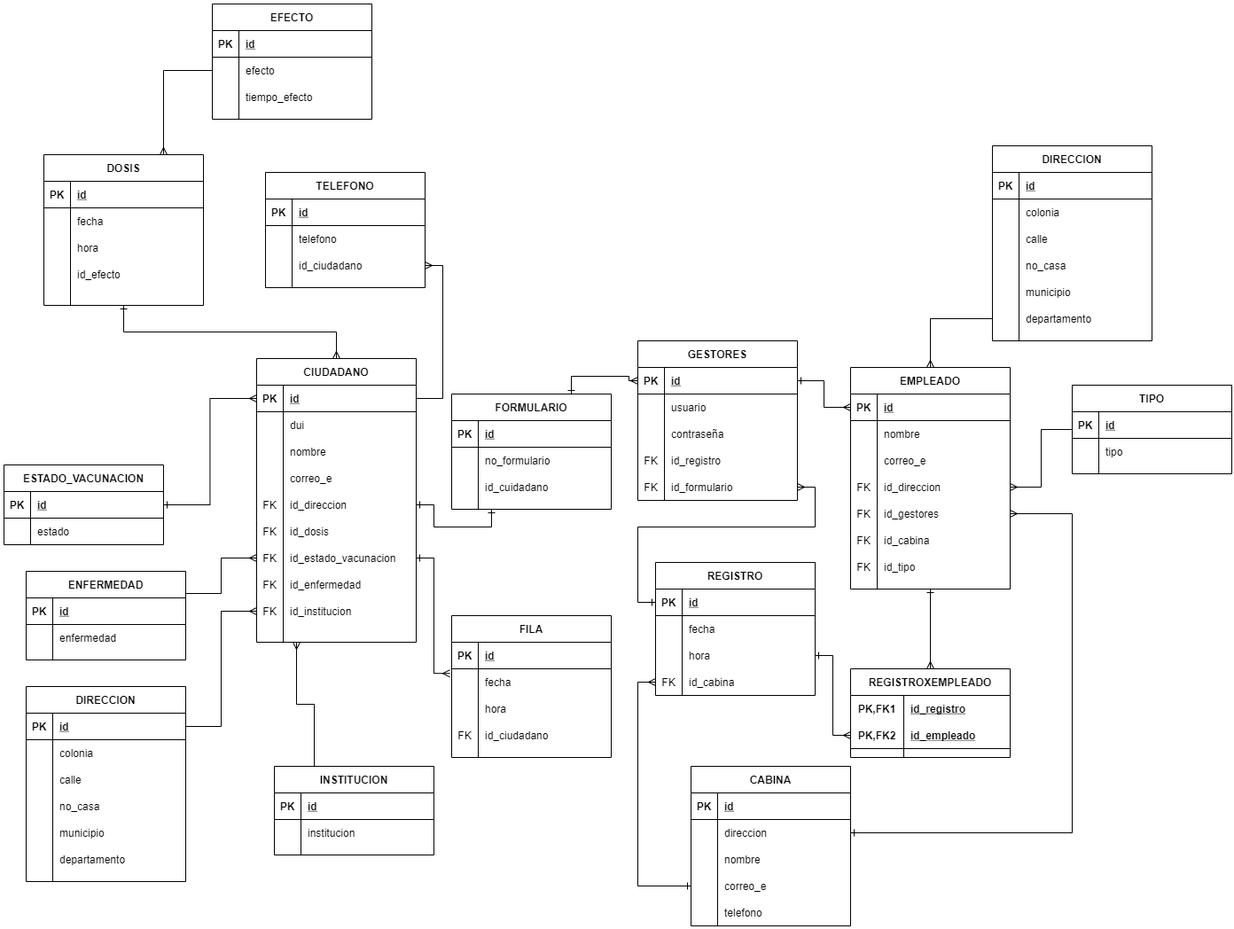
Before: Base de Datos/Diagrama Relacional Normalizado.png, a diagram exported from draw.io (UCASV/proyecto-final-grupo_46). Source tidied: cells renumbered, new cells last; positions are measured from the earlier drawing's top-left corner, leaving out a move shared by most shapes.
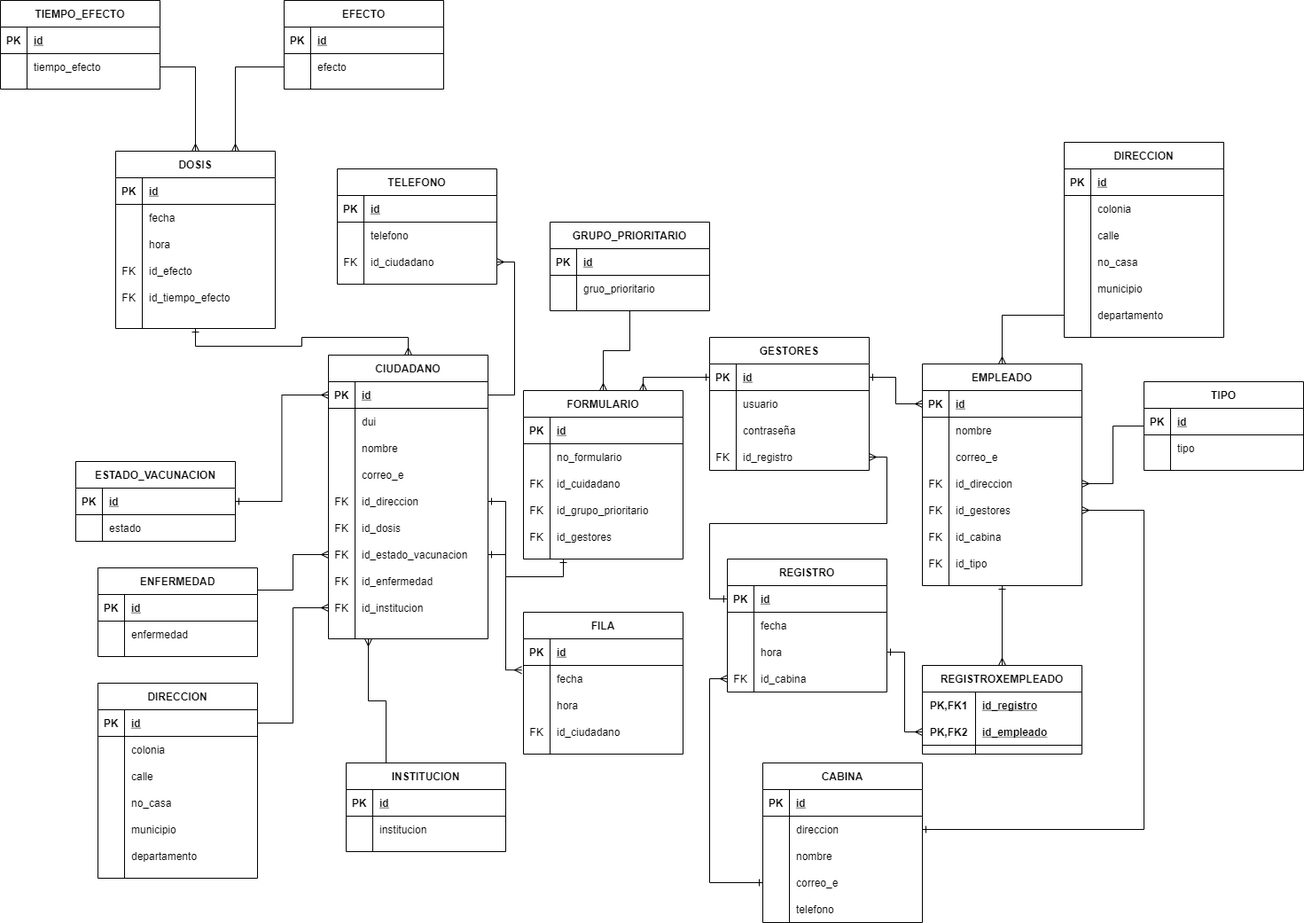
The same diagram one commit later.

Change to the diagram source:
```diff
@@ -90,7 +90,7 @@
       <mxGeometry relative="1" as="geometry" />
     </mxCell>
     <mxCell id="31" value="DOSIS" style="shape=table;startSize=30;rowLines=0;fontStyle=1;align=center;strokeWidth=1;" parent="1" vertex="1">
-      <mxGeometry x="45" y="170" width="180" height="170" as="geometry" />
+      <mxGeometry x="45" y="170" width="180" height="200" as="geometry" />
     </mxCell>
     <mxCell id="32" style="shape=partialRectangle;fillColor=none;top=0;left=0;bottom=1;right=0;" parent="31" vertex="1">
       <mxGeometry y="30" width="180" height="30" as="geometry" />
@@ -122,12 +122,21 @@
     <mxCell id="41" style="shape=partialRectangle;fillColor=none;top=0;left=0;bottom=0;right=0;" parent="31" vertex="1">
       <mxGeometry y="120" width="180" height="30" as="geometry" />
     </mxCell>
-    <mxCell id="42" style="shape=partialRectangle;fillColor=none;top=0;left=0;bottom=0;right=0;overflow=hidden;" parent="41" vertex="1">
+    <mxCell id="42" value="FK" style="shape=partialRectangle;fillColor=none;top=0;left=0;bottom=0;right=0;overflow=hidden;" parent="41" vertex="1">
       <mxGeometry width="30" height="30" as="geometry" />
     </mxCell>
     <mxCell id="43" value="id_efecto" style="shape=partialRectangle;fillColor=none;top=0;left=0;bottom=0;right=0;align=left;spacingLeft=6;overflow=hidden;" parent="41" vertex="1">
       <mxGeometry x="30" width="150" height="30" as="geometry" />
     </mxCell>
+    <mxCell id="244" style="shape=partialRectangle;fillColor=none;top=0;left=0;bottom=0;right=0;" parent="31" vertex="1">
+      <mxGeometry y="150" width="180" height="30" as="geometry" />
+    </mxCell>
+    <mxCell id="245" value="FK" style="shape=partialRectangle;fillColor=none;top=0;left=0;bottom=0;right=0;overflow=hidden;" parent="244" vertex="1">
+      <mxGeometry width="30" height="30" as="geometry" />
+    </mxCell>
+    <mxCell id="246" value="id_tiempo_efecto" style="shape=partialRectangle;fillColor=none;top=0;left=0;bottom=0;right=0;align=left;spacingLeft=6;overflow=hidden;" parent="244" vertex="1">
+      <mxGeometry x="30" width="150" height="30" as="geometry" />
+    </mxCell>
     <mxCell id="44" value="ESTADO_VACUNACION" style="shape=table;startSize=30;rowLines=0;fontStyle=1;align=center;fontColor=#000000;strokeWidth=1;" parent="1" vertex="1">
       <mxGeometry y="520" width="180" height="90" as="geometry" />
     </mxCell>
@@ -189,7 +198,7 @@
       <mxGeometry x="30" width="150" height="30" as="geometry" />
     </mxCell>
     <mxCell id="64" value="GESTORES" style="shape=table;startSize=30;rowLines=0;fontStyle=1;align=center;fontColor=#000000;strokeWidth=1;" parent="1" vertex="1">
-      <mxGeometry x="715" y="380" width="180" height="180" as="geometry" />
+      <mxGeometry x="715" y="380" width="180" height="150" as="geometry" />
     </mxCell>
     <mxCell id="65" style="shape=partialRectangle;fillColor=none;top=0;left=0;bottom=1;right=0;points=[[0,0.5],[1,0.5]];portConstraint=eastwest;" parent="64" vertex="1">
       <mxGeometry y="30" width="180" height="30" as="geometry" />
@@ -227,15 +236,6 @@
     <mxCell id="76" value="id_registro" style="shape=partialRectangle;fillColor=none;top=0;left=0;bottom=0;right=0;align=left;spacingLeft=6;overflow=hidden;" parent="74" vertex="1">
       <mxGeometry x="30" width="150" height="30" as="geometry" />
     </mxCell>
-    <mxCell id="77" style="shape=partialRectangle;fillColor=none;top=0;left=0;bottom=0;right=0;points=[[0,0.5],[1,0.5]];portConstraint=eastwest;" parent="64" vertex="1">
-      <mxGeometry y="150" width="180" height="30" as="geometry" />
-    </mxCell>
-    <mxCell id="78" value="FK" style="shape=partialRectangle;fillColor=none;top=0;left=0;bottom=0;right=0;overflow=hidden;" parent="77" vertex="1">
-      <mxGeometry width="30" height="30" as="geometry" />
-    </mxCell>
-    <mxCell id="79" value="id_formulario" style="shape=partialRectangle;fillColor=none;top=0;left=0;bottom=0;right=0;align=left;spacingLeft=6;overflow=hidden;" parent="77" vertex="1">
-      <mxGeometry x="30" width="150" height="30" as="geometry" />
-    </mxCell>
     <mxCell id="80" value="REGISTRO" style="shape=table;startSize=30;rowLines=0;fontStyle=1;align=center;fontColor=#000000;strokeWidth=1;" parent="1" vertex="1">
       <mxGeometry x="735" y="630" width="180" height="150" as="geometry" />
     </mxCell>
@@ -395,8 +395,12 @@
     <mxCell id="132" style="edgeStyle=orthogonalEdgeStyle;rounded=0;jettySize=auto;html=1;exitX=1;exitY=0.5;exitDx=0;exitDy=0;entryX=0;entryY=0.5;entryDx=0;entryDy=0;startArrow=ERone;startFill=0;endArrow=ERmany;endFill=0;" parent="1" edge="1" source="65" target="94">
       <mxGeometry relative="1" as="geometry" />
     </mxCell>
-    <mxCell id="133" style="edgeStyle=orthogonalEdgeStyle;rounded=0;jettySize=auto;html=1;entryX=0;entryY=0.5;entryDx=0;entryDy=0;startArrow=ERone;startFill=0;endArrow=ERmany;endFill=0;exitX=0.75;exitY=0;exitDx=0;exitDy=0;" parent="1" edge="1" source="137" target="65">
-      <mxGeometry relative="1" as="geometry" />
+    <mxCell id="133" style="edgeStyle=orthogonalEdgeStyle;rounded=0;jettySize=auto;html=1;startArrow=ERone;startFill=0;endArrow=ERmany;endFill=0;exitX=0;exitY=0.5;exitDx=0;exitDy=0;entryX=0.75;entryY=0;entryDx=0;entryDy=0;" parent="1" edge="1" source="65" target="137">
+      <mxGeometry relative="1" as="geometry">
+        <Array as="points">
+          <mxPoint x="640" y="425" />
+        </Array>
+      </mxGeometry>
     </mxCell>
     <mxCell id="134" style="edgeStyle=orthogonalEdgeStyle;rounded=0;jettySize=auto;html=1;exitX=1;exitY=0.5;exitDx=0;exitDy=0;entryX=0;entryY=0.5;entryDx=0;entryDy=0;startArrow=ERone;startFill=0;endArrow=ERmany;endFill=0;" parent="1" edge="1" source="45" target="3">
       <mxGeometry relative="1" as="geometry" />
@@ -409,18 +413,18 @@
         </Array>
       </mxGeometry>
     </mxCell>
-    <mxCell id="136" style="edgeStyle=orthogonalEdgeStyle;rounded=0;jettySize=auto;html=1;exitX=0;exitY=0.5;exitDx=0;exitDy=0;startArrow=ERone;startFill=0;endArrow=ERmany;endFill=0;entryX=1;entryY=0.5;entryDx=0;entryDy=0;" parent="1" edge="1" source="81" target="77">
+    <mxCell id="136" style="edgeStyle=orthogonalEdgeStyle;rounded=0;jettySize=auto;html=1;exitX=0;exitY=0.5;exitDx=0;exitDy=0;startArrow=ERone;startFill=0;endArrow=ERmany;endFill=0;entryX=1;entryY=0.5;entryDx=0;entryDy=0;" parent="1" edge="1" source="81" target="74">
       <mxGeometry relative="1" as="geometry">
         <Array as="points">
           <mxPoint x="715" y="675" />
           <mxPoint x="715" y="590" />
           <mxPoint x="915" y="590" />
-          <mxPoint x="915" y="545" />
+          <mxPoint x="915" y="515" />
         </Array>
       </mxGeometry>
     </mxCell>
     <mxCell id="137" value="FORMULARIO" style="shape=table;startSize=30;rowLines=0;fontStyle=1;align=center;" parent="1" vertex="1">
-      <mxGeometry x="505" y="440" width="180" height="130" as="geometry" />
+      <mxGeometry x="505" y="440" width="180" height="190" as="geometry" />
     </mxCell>
     <mxCell id="138" style="shape=partialRectangle;fillColor=none;top=0;left=0;bottom=1;right=0;" parent="137" vertex="1">
       <mxGeometry y="30" width="180" height="30" as="geometry" />
@@ -443,12 +447,30 @@
     <mxCell id="144" style="shape=partialRectangle;fillColor=none;top=0;left=0;bottom=0;right=0;" parent="137" vertex="1">
       <mxGeometry y="90" width="180" height="30" as="geometry" />
     </mxCell>
-    <mxCell id="145" style="shape=partialRectangle;fillColor=none;top=0;left=0;bottom=0;right=0;overflow=hidden;" parent="144" vertex="1">
+    <mxCell id="145" value="FK" style="shape=partialRectangle;fillColor=none;top=0;left=0;bottom=0;right=0;overflow=hidden;" parent="144" vertex="1">
       <mxGeometry width="30" height="30" as="geometry" />
     </mxCell>
     <mxCell id="146" value="id_cuidadano" style="shape=partialRectangle;fillColor=none;top=0;left=0;bottom=0;right=0;align=left;spacingLeft=6;overflow=hidden;" parent="144" vertex="1">
       <mxGeometry x="30" width="150" height="30" as="geometry" />
     </mxCell>
+    <mxCell id="247" style="shape=partialRectangle;fillColor=none;top=0;left=0;bottom=0;right=0;" parent="137" vertex="1">
+      <mxGeometry y="120" width="180" height="30" as="geometry" />
+    </mxCell>
+    <mxCell id="248" value="FK" style="shape=partialRectangle;fillColor=none;top=0;left=0;bottom=0;right=0;overflow=hidden;" parent="247" vertex="1">
+      <mxGeometry width="30" height="30" as="geometry" />
+    </mxCell>
+    <mxCell id="249" value="id_grupo_prioritario" style="shape=partialRectangle;fillColor=none;top=0;left=0;bottom=0;right=0;align=left;spacingLeft=6;overflow=hidden;" parent="247" vertex="1">
+      <mxGeometry x="30" width="150" height="30" as="geometry" />
+    </mxCell>
+    <mxCell id="77" style="shape=partialRectangle;fillColor=none;top=0;left=0;bottom=0;right=0;points=[[0,0.5],[1,0.5]];portConstraint=eastwest;" parent="137" vertex="1">
+      <mxGeometry y="150" width="180" height="30" as="geometry" />
+    </mxCell>
+    <mxCell id="78" value="FK" style="shape=partialRectangle;fillColor=none;top=0;left=0;bottom=0;right=0;overflow=hidden;" parent="77" vertex="1">
+      <mxGeometry width="30" height="30" as="geometry" />
+    </mxCell>
+    <mxCell id="79" value="id_gestores" style="shape=partialRectangle;fillColor=none;top=0;left=0;bottom=0;right=0;align=left;spacingLeft=6;overflow=hidden;" parent="77" vertex="1">
+      <mxGeometry x="30" width="150" height="30" as="geometry" />
+    </mxCell>
     <mxCell id="147" style="edgeStyle=orthogonalEdgeStyle;rounded=0;jettySize=auto;html=1;entryX=0.25;entryY=1;entryDx=0;entryDy=0;endArrow=ERone;endFill=0;startArrow=ERone;startFill=0;" parent="1" edge="1" target="137">
       <mxGeometry relative="1" as="geometry">
         <mxPoint x="465" y="565" as="sourcePoint" />
@@ -478,7 +500,7 @@
     <mxCell id="155" style="shape=partialRectangle;fillColor=none;top=0;left=0;bottom=0;right=0;points=[[0,0.5],[1,0.5]];portConstraint=eastwest;" parent="148" vertex="1">
       <mxGeometry y="90" width="180" height="30" as="geometry" />
     </mxCell>
-    <mxCell id="156" style="shape=partialRectangle;fillColor=none;top=0;left=0;bottom=0;right=0;overflow=hidden;" parent="155" vertex="1">
+    <mxCell id="156" value="FK" style="shape=partialRectangle;fillColor=none;top=0;left=0;bottom=0;right=0;overflow=hidden;" parent="155" vertex="1">
       <mxGeometry width="30" height="30" as="geometry" />
     </mxCell>
     <mxCell id="157" value="id_ciudadano" style="shape=partialRectangle;fillColor=none;top=0;left=0;bottom=0;right=0;align=left;spacingLeft=6;overflow=hidden;" parent="155" vertex="1">
@@ -488,7 +510,7 @@
       <mxGeometry relative="1" as="geometry" />
     </mxCell>
     <mxCell id="159" value="EFECTO" style="shape=table;startSize=30;rowLines=0;fontStyle=1;align=center;" parent="1" vertex="1">
-      <mxGeometry x="235" width="180" height="130" as="geometry" />
+      <mxGeometry x="235" width="180" height="100" as="geometry" />
     </mxCell>
     <mxCell id="160" style="shape=partialRectangle;fillColor=none;top=0;left=0;bottom=1;right=0;" parent="159" vertex="1">
       <mxGeometry y="30" width="180" height="30" as="geometry" />
@@ -508,15 +530,6 @@
     <mxCell id="165" value="efecto" style="shape=partialRectangle;fillColor=none;top=0;left=0;bottom=0;right=0;align=left;spacingLeft=6;overflow=hidden;" parent="163" vertex="1">
       <mxGeometry x="30" width="150" height="30" as="geometry" />
     </mxCell>
-    <mxCell id="166" style="shape=partialRectangle;fillColor=none;top=0;left=0;bottom=0;right=0;" parent="159" vertex="1">
-      <mxGeometry y="90" width="180" height="30" as="geometry" />
-    </mxCell>
-    <mxCell id="167" style="shape=partialRectangle;fillColor=none;top=0;left=0;bottom=0;right=0;overflow=hidden;" parent="166" vertex="1">
-      <mxGeometry width="30" height="30" as="geometry" />
-    </mxCell>
-    <mxCell id="168" value="tiempo_efecto" style="shape=partialRectangle;fillColor=none;top=0;left=0;bottom=0;right=0;align=left;spacingLeft=6;overflow=hidden;" parent="166" vertex="1">
-      <mxGeometry x="30" width="150" height="30" as="geometry" />
-    </mxCell>
     <mxCell id="169" style="edgeStyle=orthogonalEdgeStyle;rounded=0;jettySize=auto;html=1;entryX=0.75;entryY=0;entryDx=0;entryDy=0;startArrow=none;startFill=0;endArrow=ERmany;endFill=0;" parent="1" edge="1" source="163" target="31">
       <mxGeometry relative="1" as="geometry" />
     </mxCell>
@@ -752,5 +765,53 @@
     <mxCell id="243" style="edgeStyle=orthogonalEdgeStyle;rounded=0;jettySize=auto;html=1;entryX=0.5;entryY=0;entryDx=0;entryDy=0;startArrow=none;startFill=0;endArrow=ERmany;endFill=0;" parent="1" edge="1" source="240" target="93">
       <mxGeometry relative="1" as="geometry" />
     </mxCell>
+    <mxCell id="250" value="TIEMPO_EFECTO" style="shape=table;startSize=30;rowLines=0;fontStyle=1;align=center;" parent="1" vertex="1">
+      <mxGeometry x="-85" width="180" height="100" as="geometry" />
+    </mxCell>
+    <mxCell id="251" style="shape=partialRectangle;fillColor=none;top=0;left=0;bottom=1;right=0;" parent="250" vertex="1">
+      <mxGeometry y="30" width="180" height="30" as="geometry" />
+    </mxCell>
+    <mxCell id="252" value="PK" style="shape=partialRectangle;fillColor=none;top=0;left=0;bottom=0;right=0;fontStyle=1;overflow=hidden;" parent="251" vertex="1">
+      <mxGeometry width="30" height="30" as="geometry" />
+    </mxCell>
+    <mxCell id="253" value="id" style="shape=partialRectangle;fillColor=none;top=0;left=0;bottom=0;right=0;align=left;spacingLeft=6;fontStyle=5;overflow=hidden;" parent="251" vertex="1">
+      <mxGeometry x="30" width="150" height="30" as="geometry" />
+    </mxCell>
+    <mxCell id="254" style="shape=partialRectangle;fillColor=none;top=0;left=0;bottom=0;right=0;points=[[0,0.5],[1,0.5]];portConstraint=eastwest;" parent="250" vertex="1">
+      <mxGeometry y="60" width="180" height="30" as="geometry" />
+    </mxCell>
+    <mxCell id="255" style="shape=partialRectangle;fillColor=none;top=0;left=0;bottom=0;right=0;overflow=hidden;" parent="254" vertex="1">
+      <mxGeometry width="30" height="30" as="geometry" />
+    </mxCell>
+    <mxCell id="168" value="tiempo_efecto" style="shape=partialRectangle;fillColor=none;top=0;left=0;bottom=0;right=0;align=left;spacingLeft=6;overflow=hidden;" parent="254" vertex="1">
+      <mxGeometry x="30" width="150" height="30" as="geometry" />
+    </mxCell>
+    <mxCell id="256" style="edgeStyle=orthogonalEdgeStyle;rounded=0;jettySize=auto;html=1;entryX=0.5;entryY=0;entryDx=0;entryDy=0;startArrow=none;startFill=0;endArrow=ERmany;endFill=0;exitX=1;exitY=0.5;exitDx=0;exitDy=0;" parent="1" edge="1" source="254" target="31">
+      <mxGeometry relative="1" as="geometry" />
+    </mxCell>
+    <mxCell id="257" style="edgeStyle=orthogonalEdgeStyle;rounded=0;jettySize=auto;html=1;entryX=0.5;entryY=0;entryDx=0;entryDy=0;endArrow=ERmany;endFill=0;" parent="1" edge="1" source="258" target="137">
+      <mxGeometry relative="1" as="geometry" />
+    </mxCell>
+    <mxCell id="258" value="GRUPO_PRIORITARIO" style="shape=table;startSize=30;rowLines=0;fontStyle=1;align=center;" parent="1" vertex="1">
+      <mxGeometry x="535" y="250" width="180" height="100" as="geometry" />
+    </mxCell>
+    <mxCell id="259" style="shape=partialRectangle;fillColor=none;top=0;left=0;bottom=1;right=0;" parent="258" vertex="1">
+      <mxGeometry y="30" width="180" height="30" as="geometry" />
+    </mxCell>
+    <mxCell id="260" value="PK" style="shape=partialRectangle;fillColor=none;top=0;left=0;bottom=0;right=0;fontStyle=1;overflow=hidden;" parent="259" vertex="1">
+      <mxGeometry width="30" height="30" as="geometry" />
+    </mxCell>
+    <mxCell id="261" value="id" style="shape=partialRectangle;fillColor=none;top=0;left=0;bottom=0;right=0;align=left;spacingLeft=6;fontStyle=5;overflow=hidden;" parent="259" vertex="1">
+      <mxGeometry x="30" width="150" height="30" as="geometry" />
+    </mxCell>
+    <mxCell id="262" style="shape=partialRectangle;fillColor=none;top=0;left=0;bottom=0;right=0;" parent="258" vertex="1">
+      <mxGeometry y="60" width="180" height="30" as="geometry" />
+    </mxCell>
+    <mxCell id="263" style="shape=partialRectangle;fillColor=none;top=0;left=0;bottom=0;right=0;overflow=hidden;" parent="262" vertex="1">
+      <mxGeometry width="30" height="30" as="geometry" />
+    </mxCell>
+    <mxCell id="264" value="gruo_prioritario" style="shape=partialRectangle;fillColor=none;top=0;left=0;bottom=0;right=0;align=left;spacingLeft=6;overflow=hidden;" parent="262" vertex="1">
+      <mxGeometry x="30" width="150" height="30" as="geometry" />
+    </mxCell>
   </root>
 </mxGraphModel>
```
